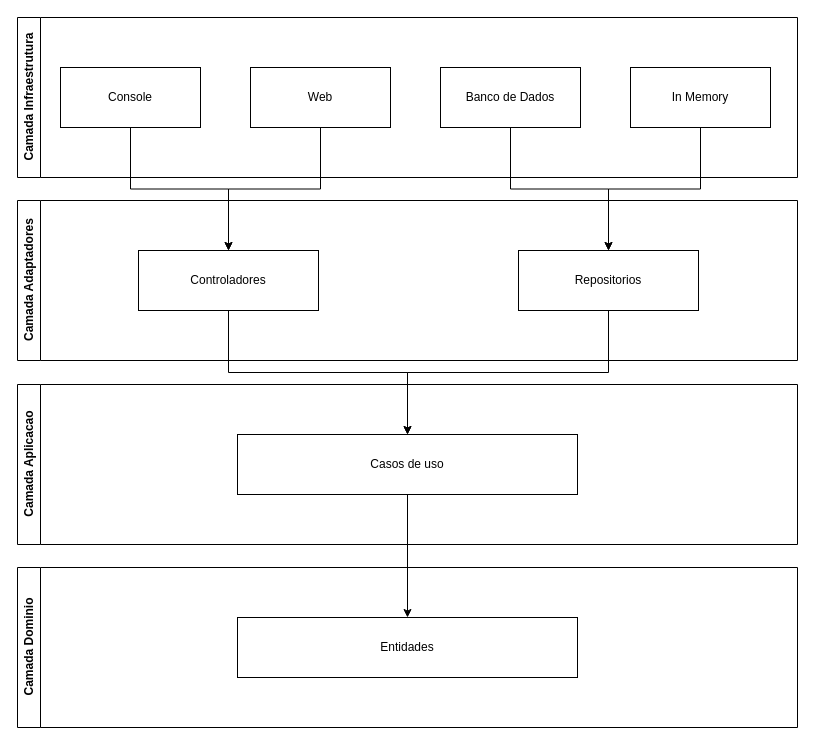
Before: cleanArch.drawio in gleberphant/BibliotecaJava, a draw.io diagram. Source tidied: cells renumbered, new cells numbered last; positions are measured from the earlier drawing's top-left corner, leaving out a move shared by most shapes. Both pictures are drawn from the tidied source at 100%, with x=0, y=0 at pixel (17, 17).
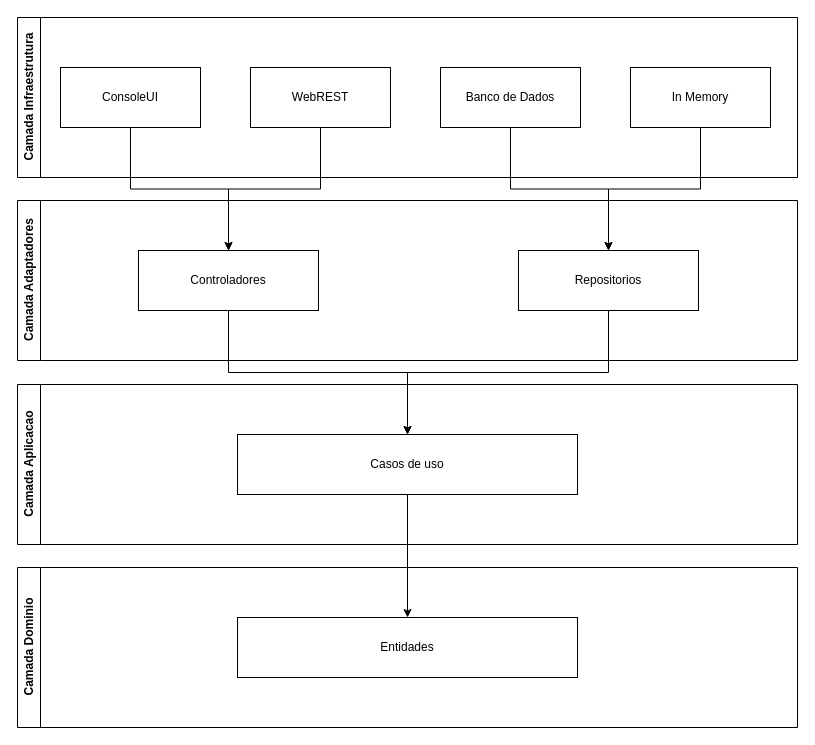
Above is the later version.

The change refers to these unchanged cells:
```xml
<mxCell id="9" value="Camada Infraestrutura" style="swimlane;horizontal=0;whiteSpace=wrap;html=1;" parent="1" vertex="1">
  <mxGeometry width="780" height="160" as="geometry" />
</mxCell>
```

Diff of the diagram source:
```diff
@@
-    <mxCell id="10" value="Console" style="rounded=0;whiteSpace=wrap;html=1;" parent="9" vertex="1">
+    <mxCell id="10" value="ConsoleUI" style="rounded=0;whiteSpace=wrap;html=1;" parent="9" vertex="1">
       <mxGeometry x="43" y="50" width="140" height="60" as="geometry" />
     </mxCell>
-    <mxCell id="11" value="Web" style="rounded=0;whiteSpace=wrap;html=1;" parent="9" vertex="1">
+    <mxCell id="11" value="WebREST" style="rounded=0;whiteSpace=wrap;html=1;" parent="9" vertex="1">
       <mxGeometry x="233" y="50" width="140" height="60" as="geometry" />
     </mxCell>
```
